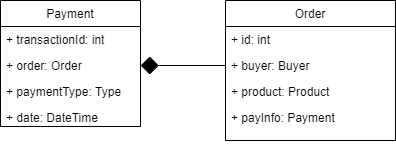
This is images/diagrama-classes-rest.png from inf331-equipe7/projeto-final, a draw.io export, as it was before one commit. Source tidied: cells renumbered, new cells last; positions are measured from the earlier drawing's top-left corner, leaving out a move shared by most shapes.
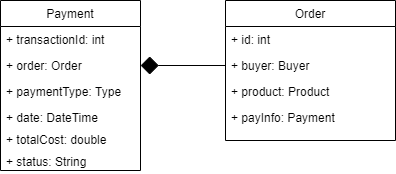
Above is the later version.

Change to the diagram source:
```diff
@@ -18,7 +18,7 @@
       <mxGeometry y="104" width="170" height="36" as="geometry" />
     </mxCell>
     <mxCell id="7" value="Payment" style="swimlane;fontStyle=0;horizontal=1;startSize=26;fillColor=none;" parent="1" vertex="1">
-      <mxGeometry width="140" height="126" as="geometry" />
+      <mxGeometry width="140" height="170" as="geometry" />
     </mxCell>
     <mxCell id="8" value="+ transactionId: int" style="text;strokeColor=none;fillColor=none;align=left;verticalAlign=top;spacingLeft=4;spacingRight=4;overflow=hidden;" parent="7" vertex="1">
       <mxGeometry y="26" width="140" height="26" as="geometry" />
@@ -32,8 +32,14 @@
     <mxCell id="11" value="+ date: DateTime" style="text;strokeColor=none;fillColor=none;align=left;verticalAlign=top;spacingLeft=4;spacingRight=4;overflow=hidden;" parent="7" vertex="1">
       <mxGeometry y="104" width="140" height="22" as="geometry" />
     </mxCell>
-    <mxCell id="12" style="edgeStyle=orthogonalEdgeStyle;rounded=0;jettySize=auto;html=1;exitX=1;exitY=0.5;exitDx=0;exitDy=0;entryX=0;entryY=0.5;entryDx=0;entryDy=0;startArrow=diamond;startFill=1;startSize=16;endArrow=none;endFill=0;endSize=6;" parent="1" edge="1" source="9" target="4">
-      <mxGeometry relative="1" as="geometry" />
+    <mxCell id="12" value="+ totalCost: double" style="text;strokeColor=none;fillColor=none;align=left;verticalAlign=top;spacingLeft=4;spacingRight=4;overflow=hidden;" parent="7" vertex="1">
+      <mxGeometry y="126" width="140" height="22" as="geometry" />
     </mxCell>
+    <mxCell id="13" value="+ status: String" style="text;strokeColor=none;fillColor=none;align=left;verticalAlign=top;spacingLeft=4;spacingRight=4;overflow=hidden;" parent="7" vertex="1">
+      <mxGeometry y="148" width="140" height="22" as="geometry" />
+    </mxCell>
+    <mxCell id="14" style="edgeStyle=orthogonalEdgeStyle;rounded=0;jettySize=auto;html=1;exitX=1;exitY=0.5;exitDx=0;exitDy=0;entryX=0;entryY=0.5;entryDx=0;entryDy=0;startArrow=diamond;startFill=1;startSize=16;endArrow=none;endFill=0;endSize=6;" parent="1" edge="1" source="9" target="4">
+      <mxGeometry relative="1" as="geometry" />
+    </mxCell>
   </root>
 </mxGraphModel>
```
